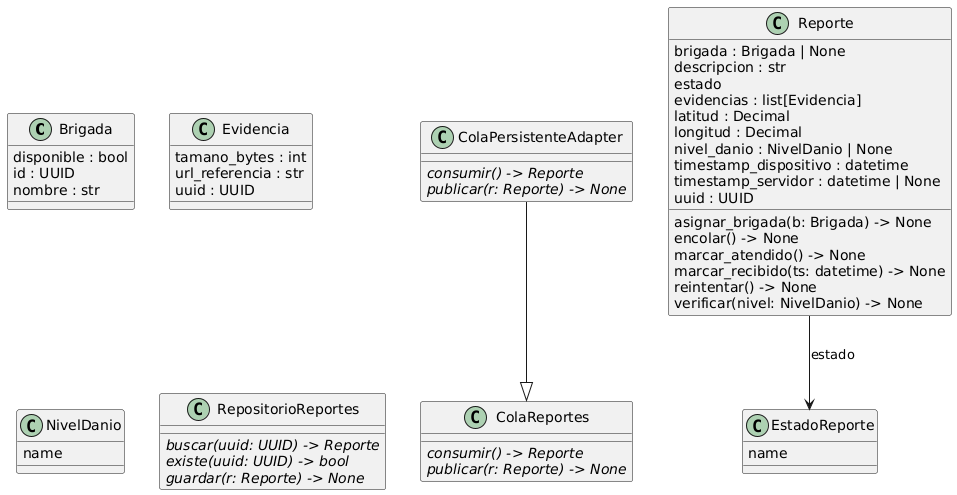
The PlantUML diagram docs/design/img/classes_reportes.png in JosueClaudioQP/cs-2026b-lab04-SismoReportaAQP-, before a commit.
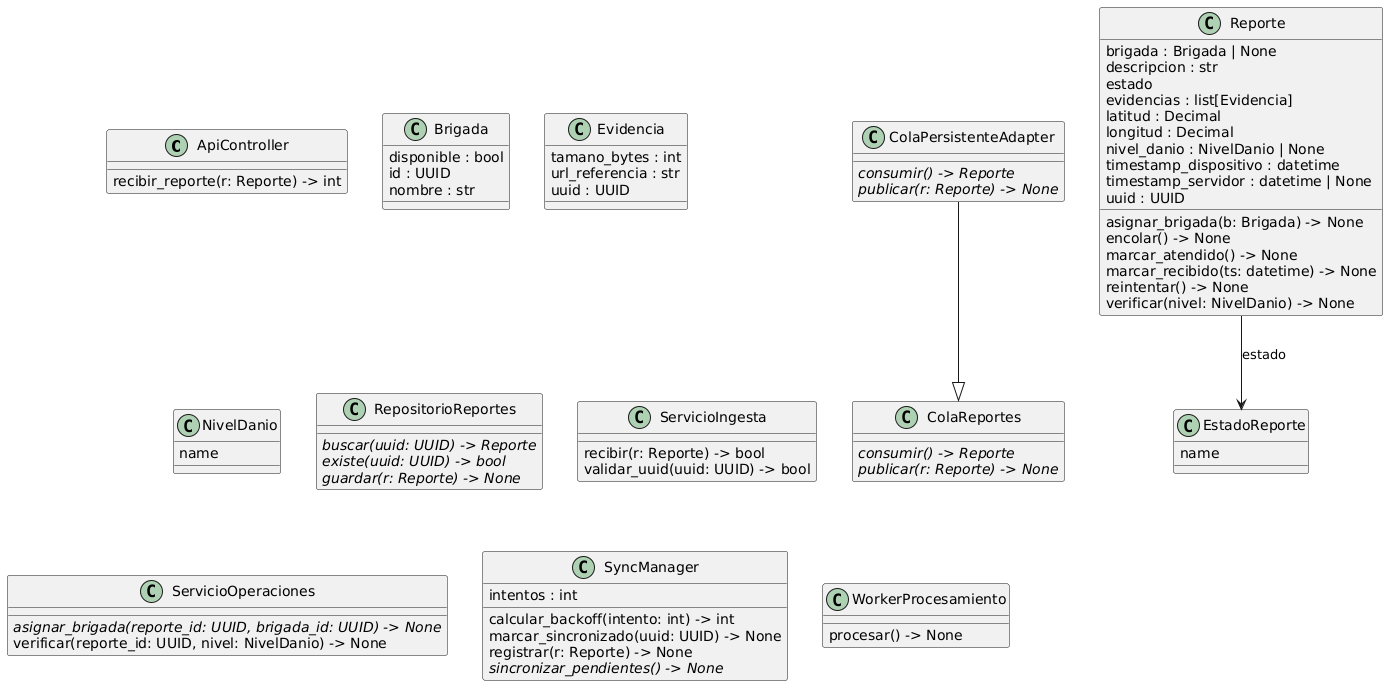
The same file after the commit.

The edit, as a diff of the source:
```diff
@@ -1,5 +1,8 @@
 @startuml classes_reportes
 set namespaceSeparator none
+class "ApiController" as reportes.servicios.ApiController {
+  recibir_reporte(r: Reporte) -> int
+}
 class "Brigada" as reportes.dominio.Brigada {
   disponible : bool
   id : UUID
@@ -47,6 +50,24 @@
   {abstract}existe(uuid: UUID) -> bool
   {abstract}guardar(r: Reporte) -> None
 }
+class "ServicioIngesta" as reportes.servicios.ServicioIngesta {
+  recibir(r: Reporte) -> bool
+  validar_uuid(uuid: UUID) -> bool
+}
+class "ServicioOperaciones" as reportes.servicios.ServicioOperaciones {
+  {abstract}asignar_brigada(reporte_id: UUID, brigada_id: UUID) -> None
+  verificar(reporte_id: UUID, nivel: NivelDanio) -> None
+}
+class "SyncManager" as reportes.servicios.SyncManager {
+  intentos : int
+  calcular_backoff(intento: int) -> int
+  marcar_sincronizado(uuid: UUID) -> None
+  registrar(r: Reporte) -> None
+  {abstract}sincronizar_pendientes() -> None
+}
+class "WorkerProcesamiento" as reportes.servicios.WorkerProcesamiento {
+  procesar() -> None
+}
 reportes.dominio.ColaPersistenteAdapter --|> reportes.dominio.ColaReportes
 reportes.dominio.Reporte --> reportes.dominio.EstadoReporte : estado
 @enduml
```
